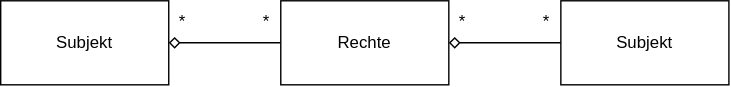
Above: .theorie/access_controle/ac-discretionary.drawio.svg in karry-thm/cms (draw.io), before the change. Source tidied: cells renumbered, new cells last; positions are measured from the earlier drawing's top-left corner, leaving out a move shared by most shapes.
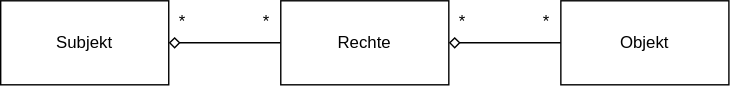
The same diagram one commit later.

Diff of the diagram source:
```diff
@@ -8,7 +8,7 @@
     <mxCell id="3" value="Subjekt" style="whiteSpace=wrap;html=1;" parent="1" vertex="1">
       <mxGeometry width="120" height="60" as="geometry" />
     </mxCell>
-    <mxCell id="4" value="Subjekt" style="whiteSpace=wrap;html=1;" parent="1" vertex="1">
+    <mxCell id="4" value="Objekt" style="whiteSpace=wrap;html=1;" parent="1" vertex="1">
       <mxGeometry x="400" width="120" height="60" as="geometry" />
     </mxCell>
     <mxCell id="5" style="edgeStyle=none;html=1;entryX=0;entryY=0.5;entryDx=0;entryDy=0;endArrow=none;endFill=0;startArrow=diamond;startFill=0;" parent="1" edge="1" source="6" target="4">
```
